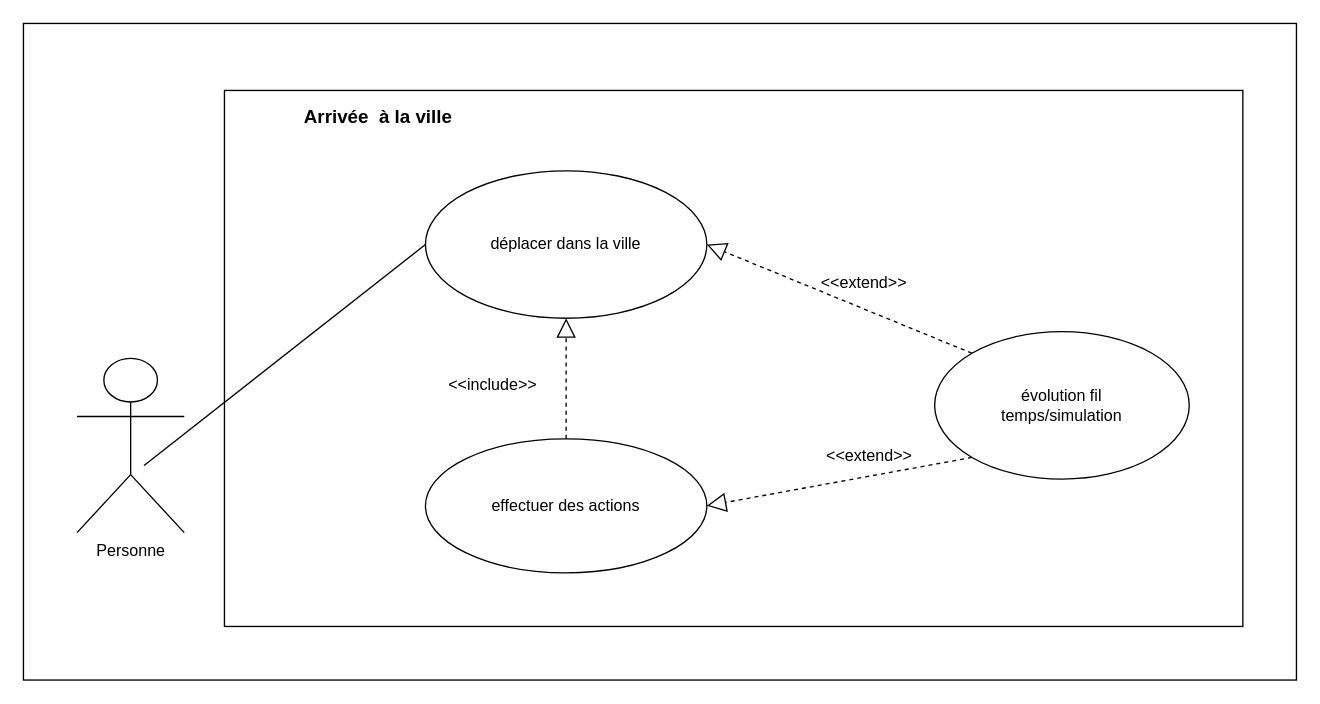
The draw.io diagram Untitled Diagram.drawio in Viringe/projetL3UML-Baudoin-Gries-EL_IDRISSI_EL_BOUZIDI-2020, before the edit. Source tidied: cells renumbered, new cells numbered last; positions are measured from the earlier drawing's top-left corner, leaving out a move shared by most shapes. Both pictures are drawn from the tidied source at 134%, with x=0, y=0 at pixel (23, 23).
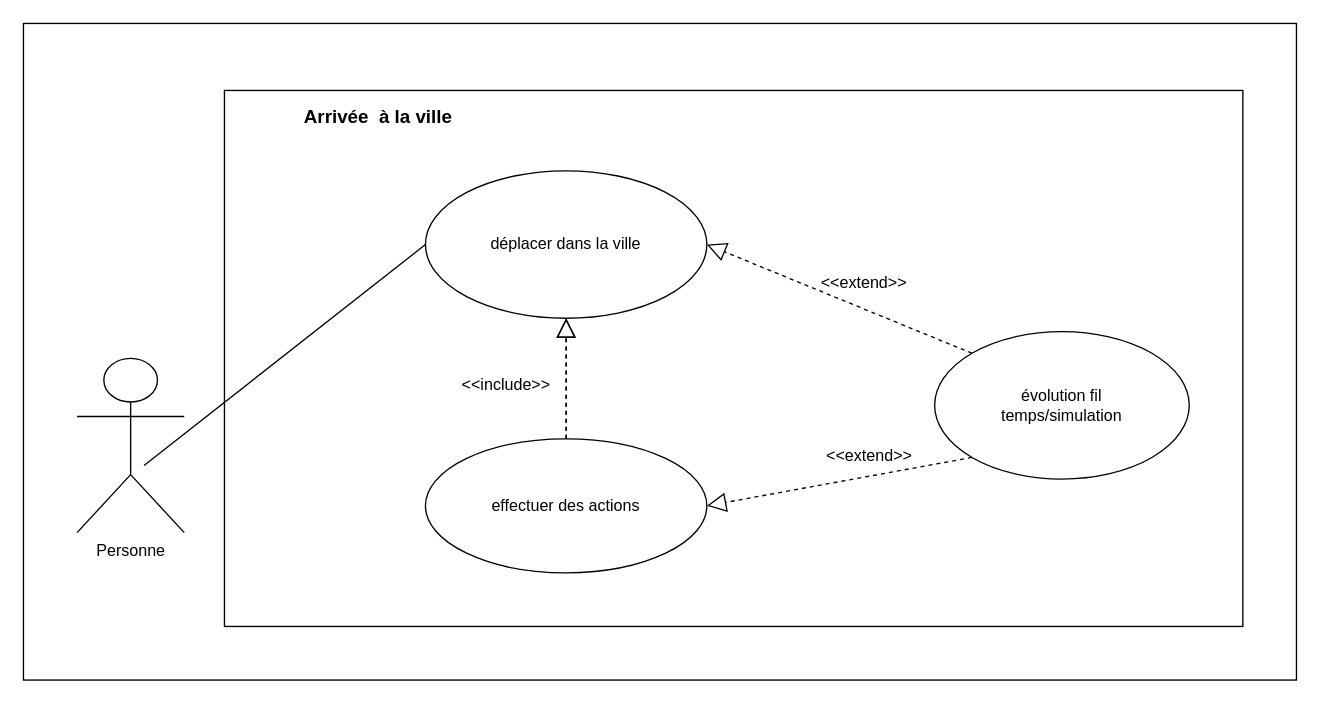
The same page after the edit.

What changed in the source:
```diff
@@
 <mxGraphModel>
   <root>
     <mxCell id="0" />
     <mxCell id="1" parent="0" />
     <mxCell id="2" style="rounded=0;whiteSpace=wrap;html=1;fillColor=none;" parent="1" vertex="1">
       <mxGeometry width="950" height="490" as="geometry" />
     </mxCell>
     <mxCell id="3" style="rounded=0;whiteSpace=wrap;html=1;fillColor=none;" parent="1" vertex="1">
       <mxGeometry x="150" y="50" width="760" height="400" as="geometry" />
     </mxCell>
     <mxCell id="4" value="Personne" style="shape=umlActor;verticalLabelPosition=bottom;verticalAlign=top;html=1;outlineConnect=0;" parent="1" vertex="1">
       <mxGeometry x="40" y="250" width="80" height="130" as="geometry" />
     </mxCell>
     <mxCell id="5" value="déplacer dans la ville" style="ellipse;whiteSpace=wrap;html=1;" parent="1" vertex="1">
       <mxGeometry x="300" y="110" width="210" height="110" as="geometry" />
     </mxCell>
     <mxCell id="6" value="effectuer des actions" style="ellipse;whiteSpace=wrap;html=1;" parent="1" vertex="1">
       <mxGeometry x="300" y="310" width="210" height="100" as="geometry" />
     </mxCell>
     <mxCell id="7" value="évolution fil &lt;br&gt;temps/simulation" style="ellipse;whiteSpace=wrap;html=1;" parent="1" vertex="1">
       <mxGeometry x="680" y="230" width="190" height="110" as="geometry" />
     </mxCell>
     <mxCell id="8" style="endArrow=none;html=1;exitX=0.625;exitY=0.615;exitDx=0;exitDy=0;exitPerimeter=0;entryX=0;entryY=0.5;entryDx=0;entryDy=0;" parent="1" edge="1" source="4" target="5">
       <mxGeometry relative="1" as="geometry" />
     </mxCell>
     <mxCell id="9" value="&amp;lt;&amp;lt;include&amp;gt;&amp;gt;" style="text;html=1;align=center;verticalAlign=middle;" parent="1" vertex="1">
-      <mxGeometry x="310" y="260" width="80" height="20" as="geometry" />
+      <mxGeometry x="320" y="260" width="80" height="20" as="geometry" />
     </mxCell>
     <mxCell id="10" value="&amp;lt;&amp;lt;extend&amp;gt;&amp;gt;" style="text;html=1;align=center;verticalAlign=middle;" parent="1" vertex="1">
       <mxGeometry x="587" y="184" width="80" height="20" as="geometry" />
     </mxCell>
     <mxCell id="11" value="&amp;lt;&amp;lt;extend&amp;gt;&amp;gt;" style="text;html=1;align=center;verticalAlign=middle;" parent="1" vertex="1">
       <mxGeometry x="591" y="313" width="80" height="20" as="geometry" />
     </mxCell>
     <mxCell id="12" value="&lt;font style=&quot;font-size: 14px&quot;&gt;&lt;b&gt;Arrivée&amp;nbsp; à la ville&lt;/b&gt;&lt;/font&gt;" style="text;html=1;strokeColor=none;fillColor=none;align=center;verticalAlign=middle;whiteSpace=wrap;rounded=0;" parent="1" vertex="1">
       <mxGeometry x="170" y="60" width="190" height="20" as="geometry" />
     </mxCell>
+    <mxCell id="16" style="endArrow=block;dashed=1;endFill=0;endSize=12;html=1;exitX=0.5;exitY=0;exitDx=0;exitDy=0;entryX=0.5;entryY=1;entryDx=0;entryDy=0;" parent="1" edge="1" source="6" target="5">
+      <mxGeometry relative="1" as="geometry" />
+    </mxCell>
     <mxCell id="13" style="endArrow=block;dashed=1;endFill=0;endSize=12;html=1;exitX=0.5;exitY=0;exitDx=0;exitDy=0;entryX=0.5;entryY=1;entryDx=0;entryDy=0;" parent="1" edge="1" source="6" target="5">
       <mxGeometry relative="1" as="geometry" />
     </mxCell>
     <mxCell id="14" style="endArrow=block;dashed=1;endFill=0;endSize=12;html=1;entryX=1;entryY=0.5;entryDx=0;entryDy=0;exitX=0;exitY=1;exitDx=0;exitDy=0;" parent="1" edge="1" source="7" target="6">
       <mxGeometry relative="1" as="geometry" />
     </mxCell>
     <mxCell id="15" style="endArrow=block;dashed=1;endFill=0;endSize=12;html=1;exitX=0;exitY=0;exitDx=0;exitDy=0;entryX=1;entryY=0.5;entryDx=0;entryDy=0;" parent="1" edge="1" source="7" target="5">
       <mxGeometry relative="1" as="geometry" />
     </mxCell>
   </root>
 </mxGraphModel>
```
